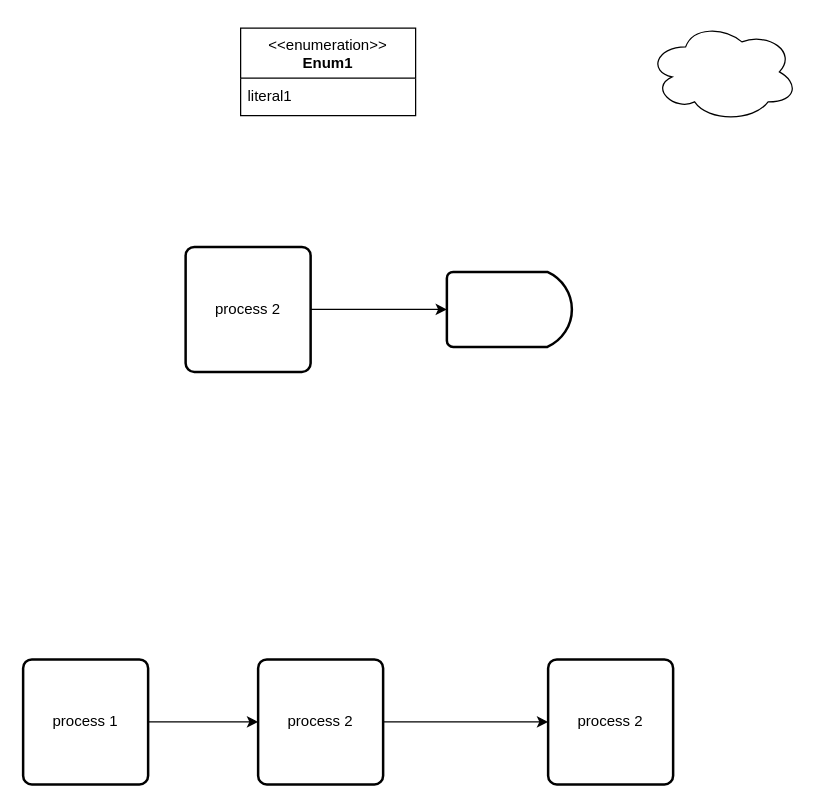
hutotan/dev_junioramongus keeps this draw.io diagram as page "Page-1" (1 of 2) of Untitled Diagram.drawio. Above is the earlier version. Source tidied: cells renumbered, new cells numbered last; positions are measured from the earlier drawing's top-left corner, leaving out a move shared by most shapes. Both pictures are drawn from the tidied source at 125%, with x=0, y=0 at pixel (22, 21).
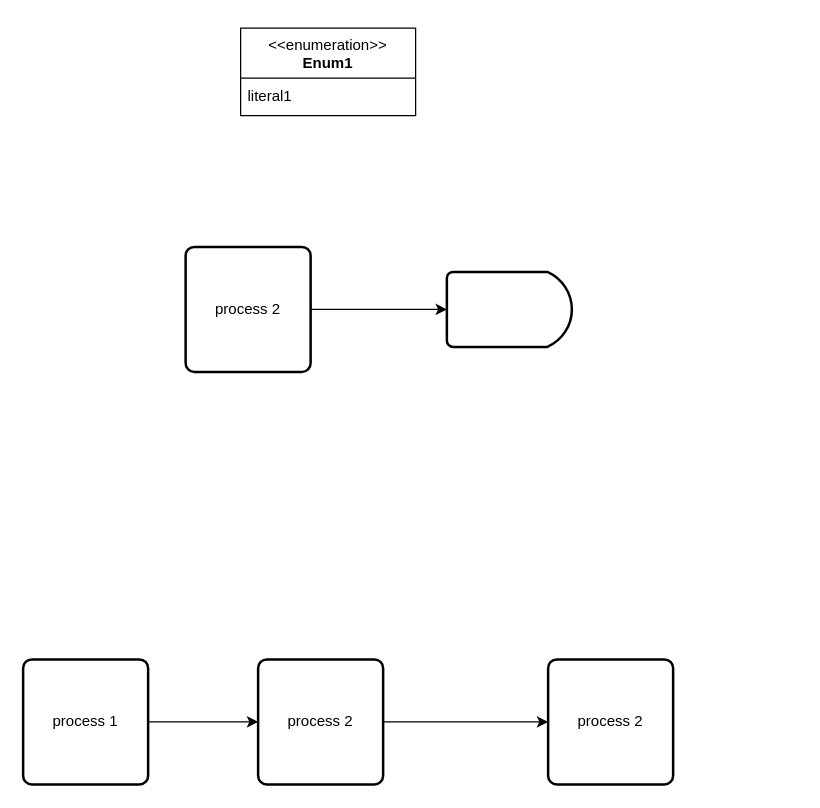
The same diagram, later.

What changed in the source:
```diff
@@
 <mxGraphModel>
   <root>
     <mxCell id="0" />
     <mxCell id="1" parent="0" />
     <mxCell id="2" style="strokeWidth=2;html=1;shape=mxgraph.flowchart.delay;whiteSpace=wrap;" parent="1" vertex="1">
       <mxGeometry x="339" y="200" width="100" height="60" as="geometry" />
     </mxCell>
     <mxCell id="3" style="edgeStyle=orthogonalEdgeStyle;rounded=0;jettySize=auto;html=1;" parent="1" edge="1" source="4" target="2">
       <mxGeometry relative="1" as="geometry" />
     </mxCell>
     <mxCell id="4" value="process 2" style="rounded=1;whiteSpace=wrap;html=1;absoluteArcSize=1;arcSize=14;strokeWidth=2;" parent="1" vertex="1">
       <mxGeometry x="130" y="180" width="100" height="100" as="geometry" />
     </mxCell>
     <mxCell id="5" value="&amp;lt;&amp;lt;enumeration&amp;gt;&amp;gt;&lt;br&gt;&lt;b&gt;Enum1&lt;/b&gt;" style="swimlane;fontStyle=0;align=center;verticalAlign=top;horizontal=1;startSize=40;html=1;whiteSpace=wrap;" parent="1" vertex="1">
       <mxGeometry x="174" y="5" width="140" height="70" as="geometry" />
     </mxCell>
     <mxCell id="6" value="literal1" style="text;html=1;strokeColor=none;fillColor=none;align=left;verticalAlign=middle;spacingLeft=4;spacingRight=4;overflow=hidden;whiteSpace=wrap;" parent="5" vertex="1">
       <mxGeometry y="40" width="140" height="30" as="geometry" />
     </mxCell>
-    <mxCell id="7" style="ellipse;shape=cloud;whiteSpace=wrap;html=1;" parent="1" vertex="1">
-      <mxGeometry x="500" width="120" height="80" as="geometry" />
-    </mxCell>
     <mxCell id="8" style="edgeStyle=orthogonalEdgeStyle;rounded=0;jettySize=auto;html=1;entryX=0;entryY=0.5;entryDx=0;entryDy=0;" parent="1" edge="1" source="9" target="11">
       <mxGeometry relative="1" as="geometry" />
     </mxCell>
     <mxCell id="9" value="process 1" style="rounded=1;whiteSpace=wrap;html=1;absoluteArcSize=1;arcSize=14;strokeWidth=2;" parent="1" vertex="1">
       <mxGeometry y="510" width="100" height="100" as="geometry" />
     </mxCell>
     <mxCell id="10" style="edgeStyle=orthogonalEdgeStyle;rounded=0;jettySize=auto;html=1;" parent="1" edge="1" source="11" target="12">
       <mxGeometry relative="1" as="geometry" />
     </mxCell>
     <mxCell id="11" value="process 2" style="rounded=1;whiteSpace=wrap;html=1;absoluteArcSize=1;arcSize=14;strokeWidth=2;" parent="1" vertex="1">
       <mxGeometry x="188" y="510" width="100" height="100" as="geometry" />
     </mxCell>
     <mxCell id="12" value="process 2" style="rounded=1;whiteSpace=wrap;html=1;absoluteArcSize=1;arcSize=14;strokeWidth=2;" parent="1" vertex="1">
       <mxGeometry x="420" y="510" width="100" height="100" as="geometry" />
     </mxCell>
   </root>
 </mxGraphModel>
```
